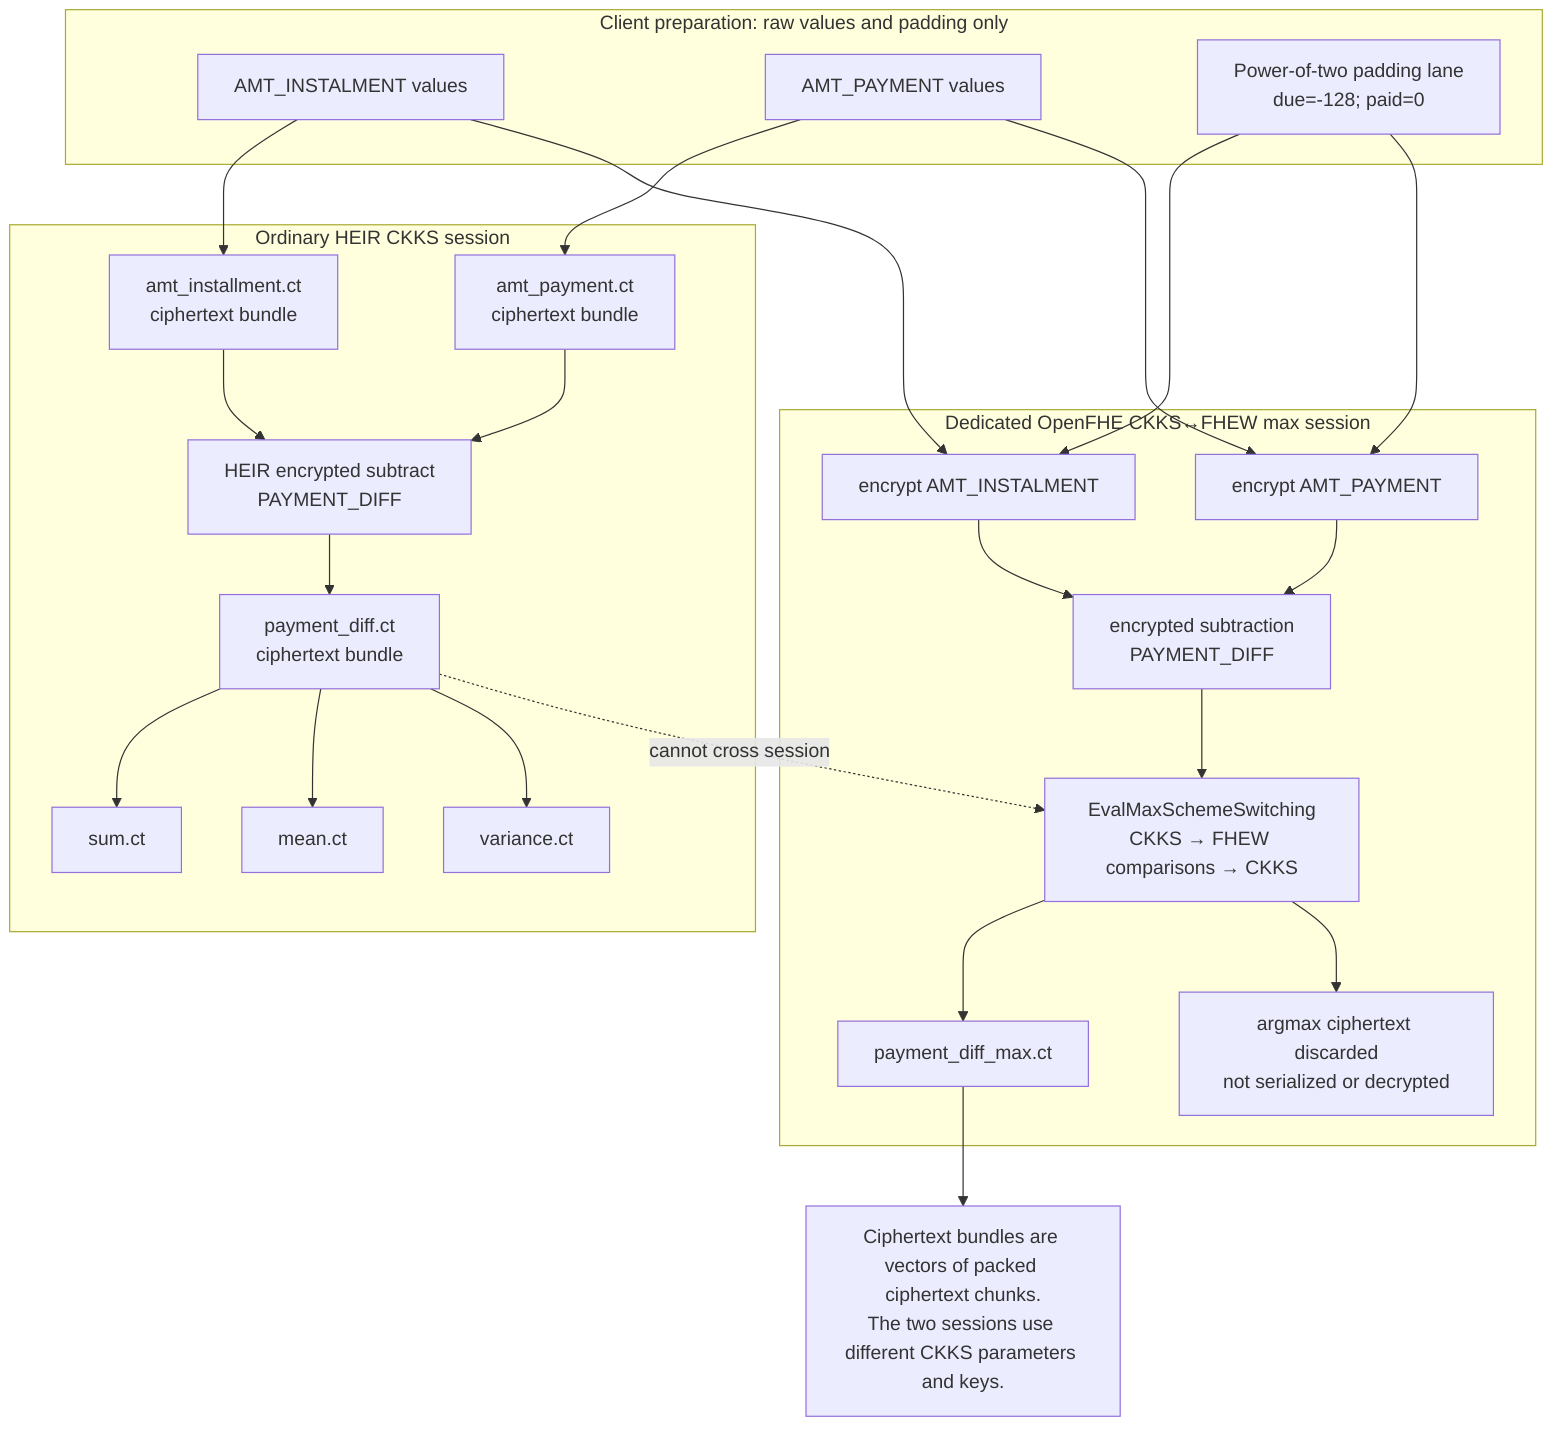
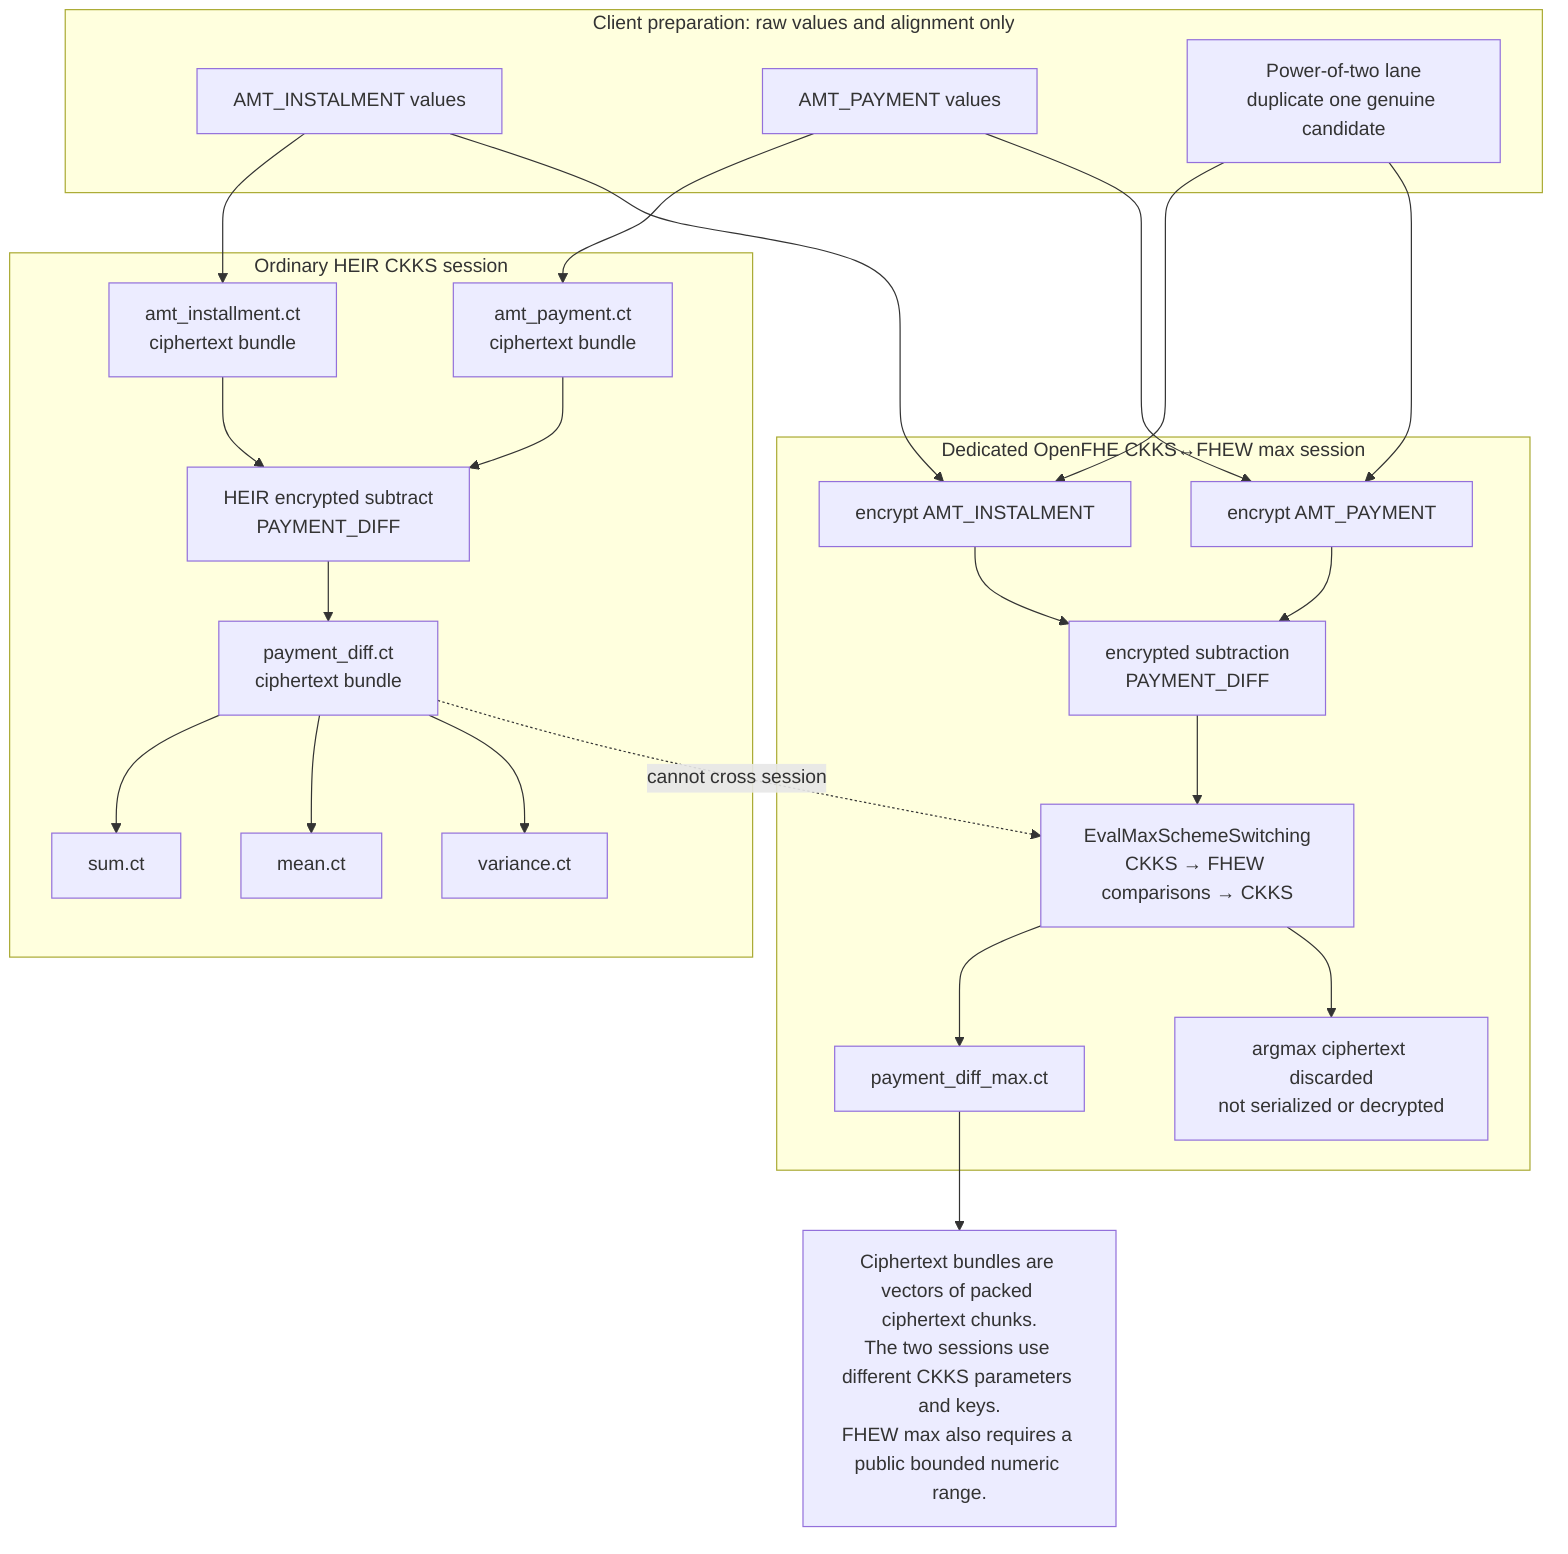
flowchart TD
-   subgraph client[Client preparation: raw values and padding only]
+   subgraph client[Client preparation: raw values and alignment only]
    due[AMT_INSTALMENT values]
    paid[AMT_PAYMENT values]
-     pad[Power-of-two padding lane<br/>due=-128; paid=0]
+     duplicate[Power-of-two lane<br/>duplicate one genuine candidate]
  end

  subgraph arithmetic[Ordinary HEIR CKKS session]
    dueCT[amt_installment.ct<br/>ciphertext bundle]
    paidCT[amt_payment.ct<br/>ciphertext bundle]
    diff[HEIR encrypted subtract<br/>PAYMENT_DIFF]
    diffCT[payment_diff.ct<br/>ciphertext bundle]
    sum[sum.ct]
    mean[mean.ct]
    variance[variance.ct]
    due --> dueCT
    paid --> paidCT
    dueCT --> diff
    paidCT --> diff
    diff --> diffCT
    diffCT --> sum
    diffCT --> mean
    diffCT --> variance
  end

  subgraph maxsession[Dedicated OpenFHE CKKS↔FHEW max session]
    dueMax[encrypt AMT_INSTALMENT]
    paidMax[encrypt AMT_PAYMENT]
    diffMax[encrypted subtraction<br/>PAYMENT_DIFF]
    switch[EvalMaxSchemeSwitching<br/>CKKS → FHEW comparisons → CKKS]
    maxCT[payment_diff_max.ct]
    noIndex[argmax ciphertext discarded<br/>not serialized or decrypted]
    due --> dueMax
    paid --> paidMax
-     pad --> dueMax
-     pad --> paidMax
+     duplicate --> dueMax
+     duplicate --> paidMax
    dueMax --> diffMax
    paidMax --> diffMax
    diffMax --> switch
    switch --> maxCT
    switch --> noIndex
  end

-   note[Ciphertext bundles are vectors of packed ciphertext chunks.<br/>The two sessions use different CKKS parameters and keys.]
+   note[Ciphertext bundles are vectors of packed ciphertext chunks.<br/>The two sessions use different CKKS parameters and keys.<br/>FHEW max also requires a public bounded numeric range.]
  diffCT -. cannot cross session .-> switch
  maxCT --> note
